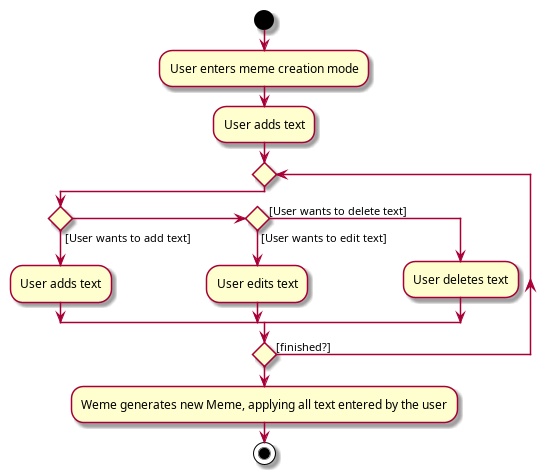
Earlier version of the PlantUML export docs/images/MemeCreationActivityDiagram.png (nus-cs2103-AY1920S1/addressbook-level3). The source it was exported from:
```plantuml
@startuml
start
:User enters meme creation mode;


:User adds text;

repeat
if () then ([User wants to add text])
    :User adds text;
else if () then ([User wants to edit text])
    :User edits text;
else ([User wants to delete text])
    :User deletes text;
endif
repeat while () is ([finished?])

:Weme generates new Meme, applying all text entered by the user;
stop
@enduml
```
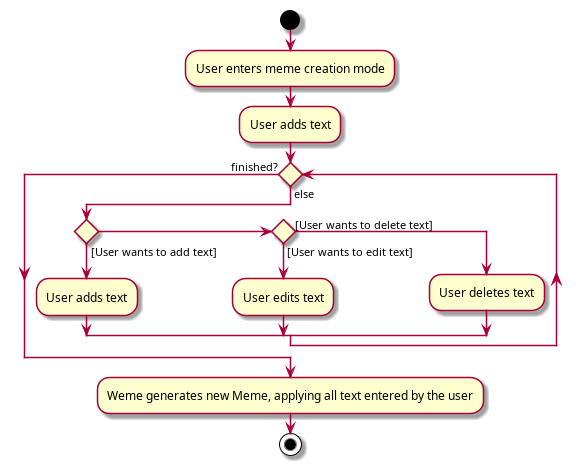
The same diagram one commit later.

The edit, as a diff of the source:
```diff
@@ -5,15 +5,15 @@
 
 :User adds text;
 
-repeat
-if () then ([User wants to add text])
-    :User adds text;
-else if () then ([User wants to edit text])
-    :User edits text;
-else ([User wants to delete text])
-    :User deletes text;
-endif
-repeat while () is ([finished?])
+while () is (else)
+    if () then ([User wants to add text])
+        :User adds text;
+    else if () then ([User wants to edit text])
+        :User edits text;
+    else ([User wants to delete text])
+        :User deletes text;
+    endif
+endwhile (finished?)
 
 :Weme generates new Meme, applying all text entered by the user;
 stop
```
